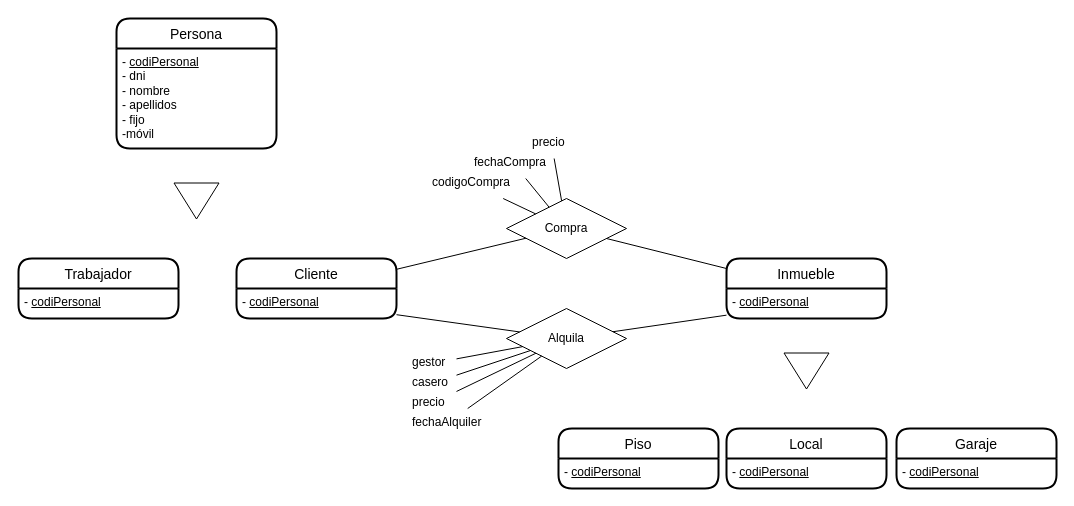
Before: ex18.drawio in JuanMarinG/TA12_MYSQL, a draw.io diagram. Source tidied: cells renumbered, new cells numbered last; positions are measured from the earlier drawing's top-left corner, leaving out a move shared by most shapes. Both pictures are drawn from the tidied source at 100%, with x=0, y=0 at pixel (18, 18).
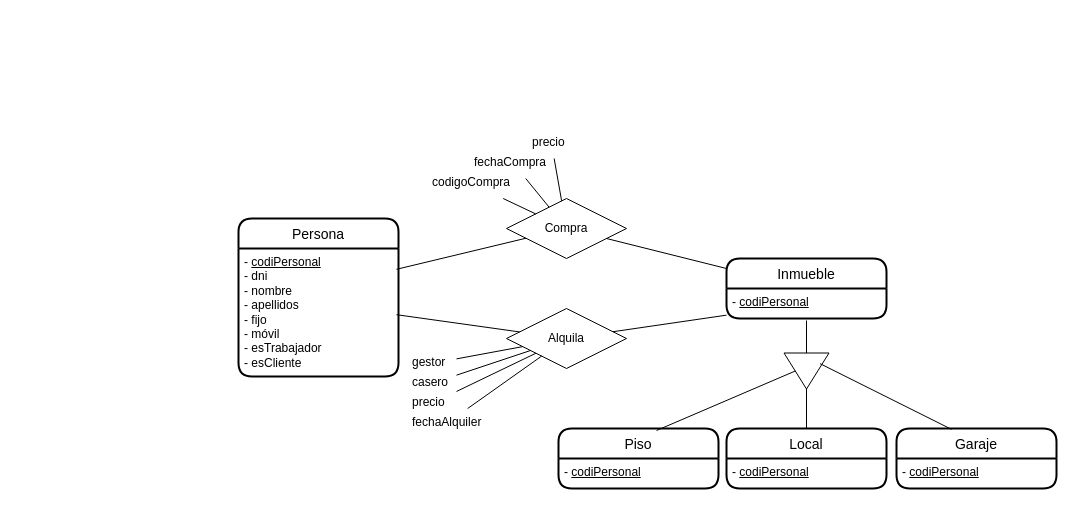
After the change.

Commit message:
cambio estructura persona

Unchanged cells that the change refers to:
```xml
<mxCell id="10" value="Compra" style="shape=rhombus;perimeter=rhombusPerimeter;whiteSpace=wrap;html=1;align=center;" parent="1" vertex="1">
  <mxGeometry x="488" y="180" width="120" height="60" as="geometry" />
</mxCell>
<mxCell id="11" value="Alquila" style="shape=rhombus;perimeter=rhombusPerimeter;whiteSpace=wrap;html=1;align=center;" parent="1" vertex="1">
  <mxGeometry x="488" y="290" width="120" height="60" as="geometry" />
</mxCell>
<mxCell id="13" value="- &lt;u&gt;codiPersonal&lt;/u&gt;" style="text;html=1;align=left;verticalAlign=top;points=[];strokeColor=none;fillColor=none;spacingLeft=4;" parent="12" vertex="1">
  <mxGeometry y="30" width="160" height="30" as="geometry" />
</mxCell>
<mxCell id="14" style="triangle;whiteSpace=wrap;html=1;rotation=90;" parent="1" vertex="1">
  <mxGeometry x="770" y="330" width="36" height="45" as="geometry" />
</mxCell>
<mxCell id="15" value="Piso" style="swimlane;horizontal=1;startSize=30;rounded=1;fontSize=14;fontStyle=0;strokeWidth=2;shadow=0;align=center;fillStyle=auto;gradientColor=none;swimlaneFillColor=none;fillColor=default;sketch=0;glass=0;swimlaneLine=1;perimeterSpacing=0;" parent="1" vertex="1">
  <mxGeometry x="540" y="410" width="160" height="60" as="geometry" />
</mxCell>
<mxCell id="17" value="Local" style="swimlane;horizontal=1;startSize=30;rounded=1;fontSize=14;fontStyle=0;strokeWidth=2;shadow=0;align=center;fillStyle=auto;gradientColor=none;swimlaneFillColor=none;fillColor=default;sketch=0;glass=0;swimlaneLine=1;perimeterSpacing=0;" parent="1" vertex="1">
  <mxGeometry x="708" y="410" width="160" height="60" as="geometry" />
</mxCell>
<mxCell id="19" value="Garaje" style="swimlane;horizontal=1;startSize=30;rounded=1;fontSize=14;fontStyle=0;strokeWidth=2;shadow=0;align=center;fillStyle=auto;gradientColor=none;swimlaneFillColor=none;fillColor=default;sketch=0;glass=0;swimlaneLine=1;perimeterSpacing=0;" parent="1" vertex="1">
  <mxGeometry x="878" y="410" width="160" height="60" as="geometry" />
</mxCell>
```

Diff of the diagram source:
```diff
@@
     <mxCell id="2" value="Persona" style="swimlane;horizontal=1;startSize=30;rounded=1;fontSize=14;fontStyle=0;strokeWidth=2;shadow=0;align=center;fillStyle=auto;gradientColor=none;swimlaneFillColor=none;fillColor=default;sketch=0;glass=0;swimlaneLine=1;perimeterSpacing=0;" parent="1" vertex="1">
-      <mxGeometry x="98" width="160" height="130" as="geometry" />
+      <mxGeometry x="220" y="200" width="160" height="158" as="geometry" />
     </mxCell>
-    <mxCell id="3" value="- &lt;u&gt;codiPersonal&lt;br&gt;&lt;/u&gt;- dni&lt;br&gt;- nombre&lt;br&gt;- apellidos&lt;br&gt;- fijo&lt;br&gt;-móvil" style="text;html=1;align=left;verticalAlign=top;strokeColor=none;fillColor=none;spacingLeft=4;" parent="2" vertex="1">
-      <mxGeometry y="30" width="160" height="100" as="geometry" />
+    <mxCell id="3" value="- &lt;u&gt;codiPersonal&lt;br&gt;&lt;/u&gt;- dni&lt;br&gt;- nombre&lt;br&gt;- apellidos&lt;br&gt;- fijo&lt;br&gt;&lt;div&gt;- móvil&lt;/div&gt;&lt;div&gt;- esTrabajador&lt;/div&gt;&lt;div&gt;- esCliente&lt;br&gt;&lt;/div&gt;&lt;div&gt;&lt;br&gt;&lt;/div&gt;" style="text;html=1;align=left;verticalAlign=top;strokeColor=none;fillColor=none;spacingLeft=4;" parent="2" vertex="1">
+      <mxGeometry y="30" width="160" height="142" as="geometry" />
     </mxCell>
     <mxCell id="4" value="&lt;br&gt;" style="text;html=1;align=left;verticalAlign=top;strokeColor=none;fillColor=none;spacingLeft=4;" parent="2" vertex="1">
-      <mxGeometry y="130" width="160" as="geometry" />
+      <mxGeometry y="172" width="160" height="-14" as="geometry" />
     </mxCell>
-    <mxCell id="5" style="triangle;whiteSpace=wrap;html=1;rotation=90;" parent="1" vertex="1">
-      <mxGeometry x="160" y="160" width="36" height="45" as="geometry" />
-    </mxCell>
-    <mxCell id="6" value="Cliente" style="swimlane;horizontal=1;startSize=30;rounded=1;fontSize=14;fontStyle=0;strokeWidth=2;shadow=0;align=center;fillStyle=auto;gradientColor=none;swimlaneFillColor=none;fillColor=default;sketch=0;glass=0;swimlaneLine=1;perimeterSpacing=0;" parent="1" vertex="1">
-      <mxGeometry x="218" y="240" width="160" height="60" as="geometry" />
-    </mxCell>
-    <mxCell id="7" value="- &lt;u&gt;codiPersonal&lt;/u&gt;" style="text;html=1;align=left;verticalAlign=top;points=[];strokeColor=none;fillColor=none;spacingLeft=4;" parent="6" vertex="1">
-      <mxGeometry y="30" width="160" height="30" as="geometry" />
-    </mxCell>
-    <mxCell id="8" value="Trabajador" style="swimlane;horizontal=1;startSize=30;rounded=1;fontSize=14;fontStyle=0;strokeWidth=2;shadow=0;align=center;fillStyle=auto;gradientColor=none;swimlaneFillColor=none;fillColor=default;sketch=0;glass=0;swimlaneLine=1;perimeterSpacing=0;" parent="1" vertex="1">
-      <mxGeometry y="240" width="160" height="60" as="geometry" />
-    </mxCell>
-    <mxCell id="9" value="- &lt;u&gt;codiPersonal&lt;/u&gt;" style="text;html=1;align=left;verticalAlign=top;strokeColor=none;fillColor=none;spacingLeft=4;" parent="8" vertex="1">
-      <mxGeometry y="30" width="160" height="30" as="geometry" />
-    </mxCell>
@@
-    <mxCell id="22" style="endArrow=none;html=1;rounded=0;" parent="1" edge="1" source="6" target="10">
-      <mxGeometry relative="1" as="geometry" />
+    <mxCell id="22" style="endArrow=none;html=1;rounded=0;" parent="1" edge="1" target="10">
+      <mxGeometry relative="1" as="geometry">
+        <mxPoint x="378" y="250.8" as="sourcePoint" />
+      </mxGeometry>
     </mxCell>
-    <mxCell id="23" style="endArrow=none;html=1;rounded=0;" parent="1" edge="1" source="7" target="11">
-      <mxGeometry relative="1" as="geometry" />
+    <mxCell id="23" style="endArrow=none;html=1;rounded=0;" parent="1" edge="1" target="11">
+      <mxGeometry relative="1" as="geometry">
+        <mxPoint x="378" y="296.2" as="sourcePoint" />
+      </mxGeometry>
     </mxCell>
@@
+    <mxCell id="39" style="endArrow=none;html=1;rounded=0;fontSize=18;entryX=0.5;entryY=1.067;entryDx=0;entryDy=0;entryPerimeter=0;exitX=0;exitY=0.5;exitDx=0;exitDy=0;" parent="1" edge="1" source="14" target="13">
+      <mxGeometry relative="1" as="geometry" />
+    </mxCell>
+    <mxCell id="40" style="endArrow=none;html=1;rounded=0;fontSize=18;exitX=0.613;exitY=0.033;exitDx=0;exitDy=0;exitPerimeter=0;entryX=0.5;entryY=1;entryDx=0;entryDy=0;" parent="1" edge="1" source="15" target="14">
+      <mxGeometry relative="1" as="geometry" />
+    </mxCell>
+    <mxCell id="41" style="endArrow=none;html=1;rounded=0;fontSize=18;entryX=1;entryY=0.5;entryDx=0;entryDy=0;exitX=0.5;exitY=0;exitDx=0;exitDy=0;" parent="1" edge="1" source="17" target="14">
+      <mxGeometry relative="1" as="geometry" />
+    </mxCell>
+    <mxCell id="42" style="endArrow=none;html=1;rounded=0;entryX=0.344;entryY=0.014;entryDx=0;entryDy=0;entryPerimeter=0;exitX=0.296;exitY=0.198;exitDx=0;exitDy=0;exitPerimeter=0;" parent="1" edge="1" source="14" target="19">
+      <mxGeometry relative="1" as="geometry" />
+    </mxCell>
```
